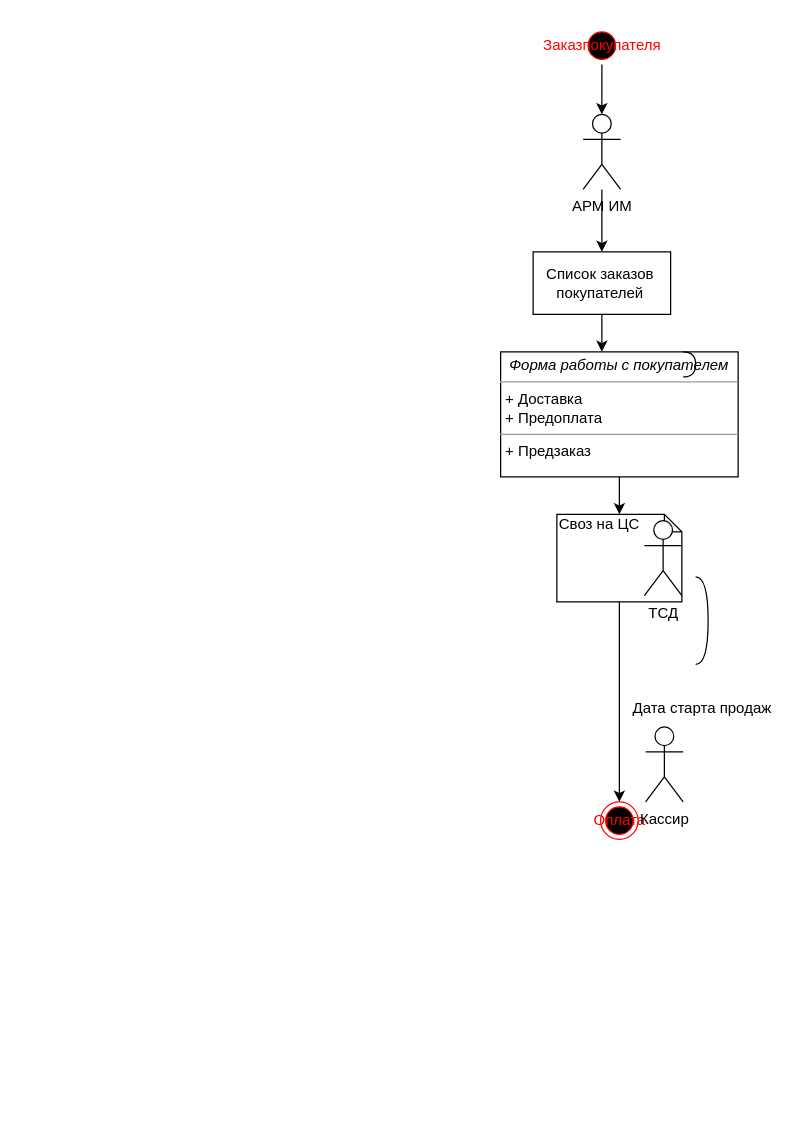
This is page "Страница 2" (2 of 2) of Бизнес процесс 2.0.drawio from gleb-ehorich/gleb-ehorich, a draw.io file, before an edit. Source tidied: cells renumbered, new cells numbered last; positions are measured from the earlier drawing's top-left corner, leaving out a move shared by most shapes. Both pictures are drawn from the tidied source at 125%, with x=0, y=0 at pixel (500, 26).
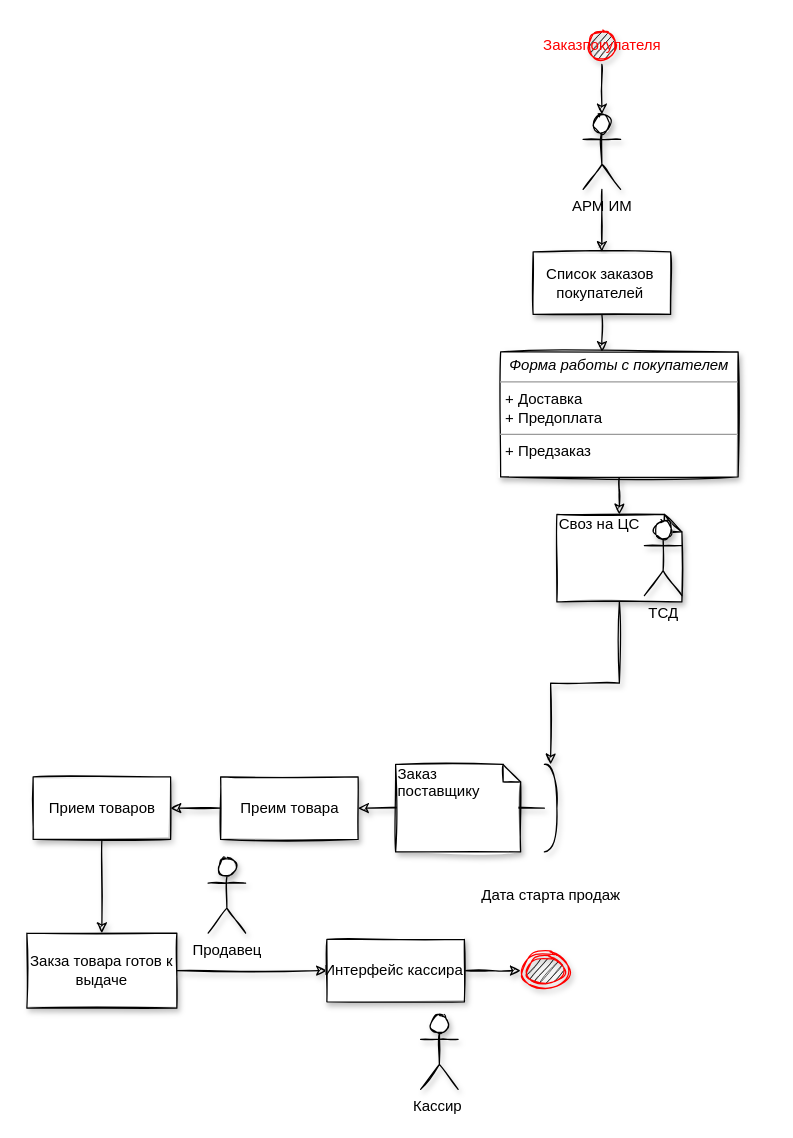
The same diagram, later.

Commit message:
Обновление Бизнес процесс 3.0.drawio

The edit, as a diff of the source:
```diff
@@
-    <mxCell id="2" style="edgeStyle=orthogonalEdgeStyle;rounded=0;jettySize=auto;html=1;fontColor=#FFFFFF;" parent="1" edge="1" source="3" target="5">
+    <mxCell id="2" style="edgeStyle=orthogonalEdgeStyle;rounded=0;jettySize=auto;html=1;fontColor=#FFFFFF;shadow=1;sketch=1;" parent="1" edge="1" source="3" target="5">
       <mxGeometry relative="1" as="geometry" />
     </mxCell>
-    <mxCell id="3" value="&lt;font color=&quot;#ff0000&quot;&gt;Заказпокупателя&lt;/font&gt;" style="ellipse;html=1;shape=startState;fillColor=#000000;strokeColor=#ff0000;fontColor=#FFFFFF;" parent="1" vertex="1">
+    <mxCell id="3" value="&lt;font color=&quot;#ff0000&quot;&gt;Заказпокупателя&lt;/font&gt;" style="ellipse;html=1;shape=startState;fillColor=#000000;strokeColor=#ff0000;fontColor=#FFFFFF;shadow=1;sketch=1;" parent="1" vertex="1">
       <mxGeometry x="66" width="30" height="30" as="geometry" />
     </mxCell>
-    <mxCell id="4" style="edgeStyle=orthogonalEdgeStyle;rounded=0;jettySize=auto;html=1;entryX=0.5;entryY=0;entryDx=0;entryDy=0;fontColor=#FFFFFF;" parent="1" edge="1" source="5" target="7">
+    <mxCell id="4" style="edgeStyle=orthogonalEdgeStyle;rounded=0;jettySize=auto;html=1;entryX=0.5;entryY=0;entryDx=0;entryDy=0;fontColor=#FFFFFF;shadow=1;sketch=1;" parent="1" edge="1" source="5" target="7">
       <mxGeometry relative="1" as="geometry" />
     </mxCell>
-    <mxCell id="5" value="&lt;font color=&quot;#000000&quot;&gt;АРМ ИМ&lt;/font&gt;" style="shape=umlActor;verticalLabelPosition=bottom;verticalAlign=top;html=1;fontColor=#FFFFFF;" parent="1" vertex="1">
+    <mxCell id="5" value="&lt;font color=&quot;#000000&quot;&gt;АРМ ИМ&lt;/font&gt;" style="shape=umlActor;verticalLabelPosition=bottom;verticalAlign=top;html=1;fontColor=#FFFFFF;shadow=1;sketch=1;" parent="1" vertex="1">
       <mxGeometry x="66" y="70" width="30" height="60" as="geometry" />
     </mxCell>
-    <mxCell id="6" style="edgeStyle=orthogonalEdgeStyle;rounded=0;jettySize=auto;html=1;entryX=0.5;entryY=0;entryDx=0;entryDy=0;fontColor=#FFFFFF;" parent="1" edge="1" source="7">
+    <mxCell id="6" style="edgeStyle=orthogonalEdgeStyle;rounded=0;jettySize=auto;html=1;entryX=0.5;entryY=0;entryDx=0;entryDy=0;fontColor=#FFFFFF;shadow=1;sketch=1;" parent="1" edge="1" source="7">
       <mxGeometry relative="1" as="geometry">
         <mxPoint x="81" y="260" as="targetPoint" />
       </mxGeometry>
     </mxCell>
-    <mxCell id="7" value="&lt;font color=&quot;#000000&quot;&gt;Список заказов&amp;nbsp;&lt;br&gt;покупателей&amp;nbsp;&lt;/font&gt;" style="html=1;fontColor=#FFFFFF;" parent="1" vertex="1">
+    <mxCell id="7" value="&lt;font color=&quot;#000000&quot;&gt;Список заказов&amp;nbsp;&lt;br&gt;покупателей&amp;nbsp;&lt;/font&gt;" style="html=1;fontColor=#FFFFFF;shadow=1;sketch=1;" parent="1" vertex="1">
       <mxGeometry x="26" y="180" width="110" height="50" as="geometry" />
     </mxCell>
-    <mxCell id="8" style="edgeStyle=orthogonalEdgeStyle;rounded=0;jettySize=auto;html=1;fontColor=#000000;" parent="1" edge="1" source="9" target="11">
+    <mxCell id="8" style="edgeStyle=orthogonalEdgeStyle;rounded=0;jettySize=auto;html=1;fontColor=#000000;shadow=1;sketch=1;" parent="1" edge="1" source="9" target="11">
       <mxGeometry relative="1" as="geometry" />
     </mxCell>
-    <mxCell id="9" value="&lt;p style=&quot;margin: 0px ; margin-top: 4px ; text-align: center&quot;&gt;&lt;i&gt;Форма работы с покупателем&lt;/i&gt;&lt;/p&gt;&lt;hr size=&quot;1&quot;&gt;&lt;p style=&quot;margin: 0px ; margin-left: 4px&quot;&gt;+ Доставка&lt;br&gt;+ Предоплата&lt;/p&gt;&lt;hr size=&quot;1&quot;&gt;&lt;p style=&quot;margin: 0px ; margin-left: 4px&quot;&gt;+ Предзаказ&lt;br&gt;&lt;br&gt;&lt;/p&gt;" style="verticalAlign=top;align=left;overflow=fill;fontSize=12;fontFamily=Helvetica;html=1;" parent="1" vertex="1">
+    <mxCell id="9" value="&lt;p style=&quot;margin: 0px ; margin-top: 4px ; text-align: center&quot;&gt;&lt;i&gt;Форма работы с покупателем&lt;/i&gt;&lt;/p&gt;&lt;hr size=&quot;1&quot;&gt;&lt;p style=&quot;margin: 0px ; margin-left: 4px&quot;&gt;+ Доставка&lt;br&gt;+ Предоплата&lt;/p&gt;&lt;hr size=&quot;1&quot;&gt;&lt;p style=&quot;margin: 0px ; margin-left: 4px&quot;&gt;+ Предзаказ&lt;br&gt;&lt;br&gt;&lt;/p&gt;" style="verticalAlign=top;align=left;overflow=fill;fontSize=12;fontFamily=Helvetica;html=1;shadow=1;sketch=1;" parent="1" vertex="1">
       <mxGeometry y="260" width="190" height="100" as="geometry" />
     </mxCell>
-    <mxCell id="10" style="edgeStyle=orthogonalEdgeStyle;rounded=0;jettySize=auto;html=1;fontColor=#000000;" parent="1" edge="1" source="11">
-      <mxGeometry relative="1" as="geometry">
-        <mxPoint x="95" y="620" as="targetPoint" />
-      </mxGeometry>
-    </mxCell>
+    <mxCell id="17" style="edgeStyle=orthogonalEdgeStyle;rounded=0;jettySize=auto;html=1;fontColor=#000000;shadow=1;sketch=1;" parent="1" edge="1" source="11" target="13">
+      <mxGeometry relative="1" as="geometry" />
+    </mxCell>
-    <mxCell id="11" value="Своз на ЦС" style="shape=note;whiteSpace=wrap;html=1;size=14;verticalAlign=top;align=left;spacingTop=-6;" parent="1" vertex="1">
+    <mxCell id="11" value="Своз на ЦС" style="shape=note;whiteSpace=wrap;html=1;size=14;verticalAlign=top;align=left;spacingTop=-6;shadow=1;sketch=1;" parent="1" vertex="1">
       <mxGeometry x="45" y="390" width="100" height="70" as="geometry" />
     </mxCell>
-    <mxCell id="12" style="shape=requiredInterface;html=1;verticalLabelPosition=bottom;fontColor=#000000;" parent="1" vertex="1">
-      <mxGeometry x="146" y="260" width="10" height="20" as="geometry" />
-    </mxCell>
+    <mxCell id="18" style="edgeStyle=orthogonalEdgeStyle;rounded=0;jettySize=auto;html=1;fontColor=#000000;shadow=1;sketch=1;" parent="1" edge="1" source="21" target="20">
+      <mxGeometry relative="1" as="geometry" />
+    </mxCell>
-    <mxCell id="13" value="Дата старта продаж" style="shape=requiredInterface;html=1;verticalLabelPosition=bottom;fontColor=#000000;" parent="1" vertex="1">
-      <mxGeometry x="156" y="440" width="10" height="70" as="geometry" />
+    <mxCell id="13" value="Дата старта продаж" style="shape=requiredInterface;html=1;verticalLabelPosition=bottom;fontColor=#000000;shadow=1;sketch=1;" parent="1" vertex="1">
+      <mxGeometry x="35" y="590" width="10" height="70" as="geometry" />
     </mxCell>
-    <mxCell id="14" value="ТСД" style="shape=umlActor;verticalLabelPosition=bottom;verticalAlign=top;html=1;fontColor=#000000;" parent="1" vertex="1">
+    <mxCell id="14" value="ТСД" style="shape=umlActor;verticalLabelPosition=bottom;verticalAlign=top;html=1;fontColor=#000000;shadow=1;sketch=1;" parent="1" vertex="1">
       <mxGeometry x="115" y="395" width="30" height="60" as="geometry" />
     </mxCell>
-    <mxCell id="15" value="&lt;font color=&quot;#ff0000&quot;&gt;Оплата&lt;/font&gt;" style="ellipse;html=1;shape=endState;fillColor=#000000;strokeColor=#ff0000;fontColor=#000000;" parent="1" vertex="1">
-      <mxGeometry x="80" y="620" width="30" height="30" as="geometry" />
-    </mxCell>
+    <mxCell id="19" style="edgeStyle=orthogonalEdgeStyle;rounded=0;jettySize=auto;html=1;fontColor=#000000;shadow=1;sketch=1;" parent="1" edge="1" source="20" target="25">
+      <mxGeometry relative="1" as="geometry" />
+    </mxCell>
+    <mxCell id="20" value="Прием товаров" style="html=1;shadow=1;sketch=1;" parent="1" vertex="1">
+      <mxGeometry x="-374" y="600" width="110" height="50" as="geometry" />
+    </mxCell>
+    <mxCell id="21" value="Преим товара" style="html=1;fontColor=#000000;shadow=1;sketch=1;" parent="1" vertex="1">
+      <mxGeometry x="-224" y="600" width="110" height="50" as="geometry" />
+    </mxCell>
+    <mxCell id="22" style="edgeStyle=orthogonalEdgeStyle;rounded=0;jettySize=auto;html=1;fontColor=#000000;shadow=1;sketch=1;" parent="1" edge="1" source="13" target="21">
+      <mxGeometry relative="1" as="geometry" />
+    </mxCell>
+    <mxCell id="23" value="Заказ поставщику" style="shape=note;whiteSpace=wrap;html=1;size=14;verticalAlign=top;align=left;spacingTop=-6;fontColor=#000000;shadow=1;sketch=1;" parent="1" vertex="1">
+      <mxGeometry x="-84" y="590" width="100" height="70" as="geometry" />
+    </mxCell>
+    <mxCell id="24" style="edgeStyle=orthogonalEdgeStyle;rounded=0;jettySize=auto;html=1;fontColor=#000000;shadow=1;sketch=1;" parent="1" edge="1" source="25" target="28">
+      <mxGeometry relative="1" as="geometry" />
+    </mxCell>
+    <mxCell id="25" value="Закза товара готов к выдаче" style="whiteSpace=wrap;html=1;shadow=1;sketch=1;" parent="1" vertex="1">
+      <mxGeometry x="-379" y="725" width="120" height="60" as="geometry" />
+    </mxCell>
+    <mxCell id="26" value="Продавец" style="shape=umlActor;verticalLabelPosition=bottom;verticalAlign=top;html=1;fontColor=#000000;shadow=1;sketch=1;" parent="1" vertex="1">
+      <mxGeometry x="-234" y="665" width="30" height="60" as="geometry" />
+    </mxCell>
+    <mxCell id="27" style="edgeStyle=orthogonalEdgeStyle;rounded=0;jettySize=auto;html=1;fontColor=#000000;shadow=1;sketch=1;" parent="1" edge="1" source="28">
+      <mxGeometry relative="1" as="geometry">
+        <mxPoint x="16" y="755" as="targetPoint" />
+      </mxGeometry>
+    </mxCell>
+    <mxCell id="28" value="Интерфейс кассира&amp;nbsp;" style="html=1;fontColor=#000000;shadow=1;sketch=1;" parent="1" vertex="1">
+      <mxGeometry x="-139" y="730" width="110" height="50" as="geometry" />
+    </mxCell>
-    <mxCell id="16" value="Кассир" style="shape=umlActor;verticalLabelPosition=bottom;verticalAlign=top;html=1;fontColor=#000000;" parent="1" vertex="1">
-      <mxGeometry x="116" y="560" width="30" height="60" as="geometry" />
+    <mxCell id="16" value="Кассир&amp;nbsp;" style="shape=umlActor;verticalLabelPosition=bottom;verticalAlign=top;html=1;fontColor=#000000;shadow=1;sketch=1;" parent="1" vertex="1">
+      <mxGeometry x="-64" y="790" width="30" height="60" as="geometry" />
     </mxCell>
+    <mxCell id="29" style="ellipse;html=1;shape=endState;fillColor=#000000;strokeColor=#ff0000;fontColor=#000000;shadow=1;sketch=1;" parent="1" vertex="1">
+      <mxGeometry x="16" y="740" width="40" height="30" as="geometry" />
+    </mxCell>
```
